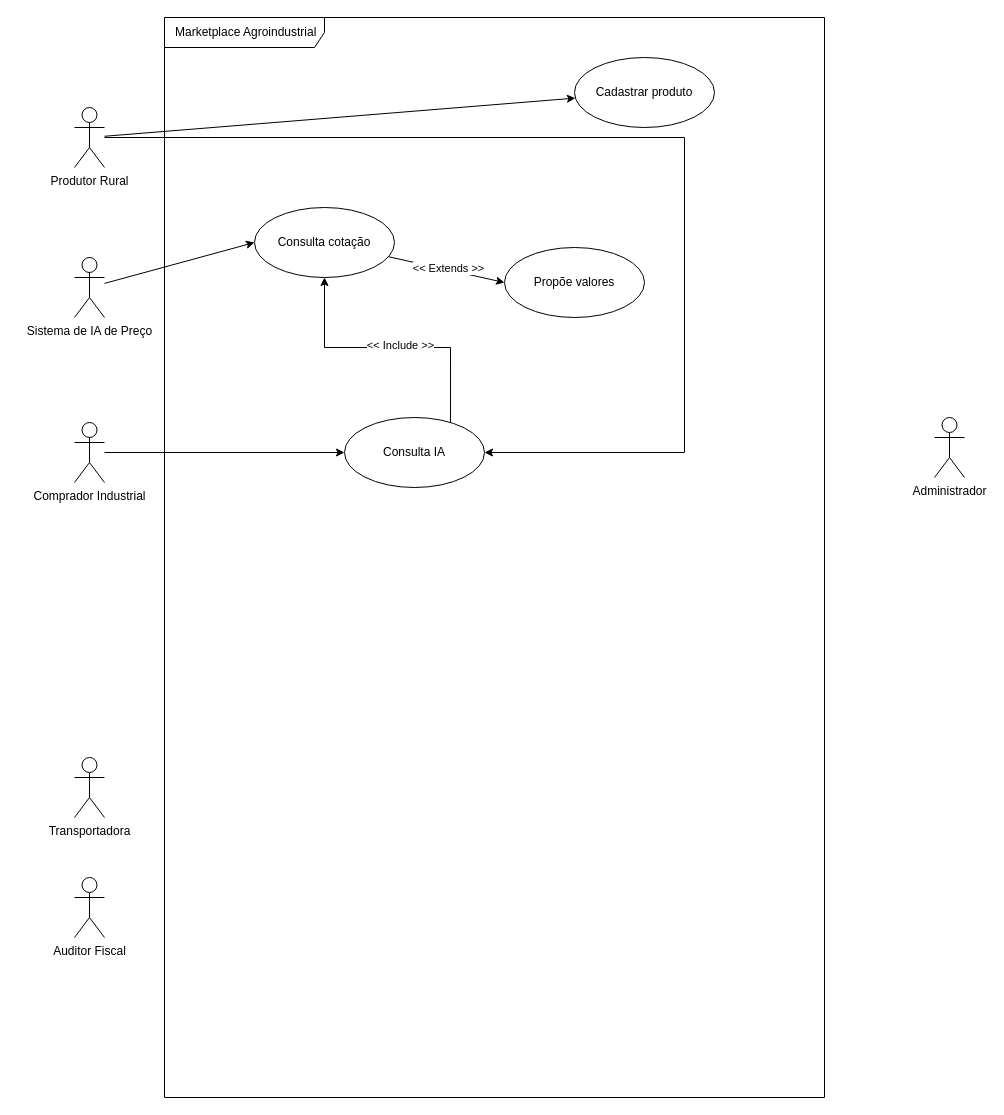
The draw.io diagram UML.drawio in JCalisso/Aulas_Faccat, before the edit. Source tidied: cells renumbered, new cells numbered last; positions are measured from the earlier drawing's top-left corner, leaving out a move shared by most shapes. Both pictures are drawn from the tidied source at 100%, with x=0, y=0 at pixel (74, 17).
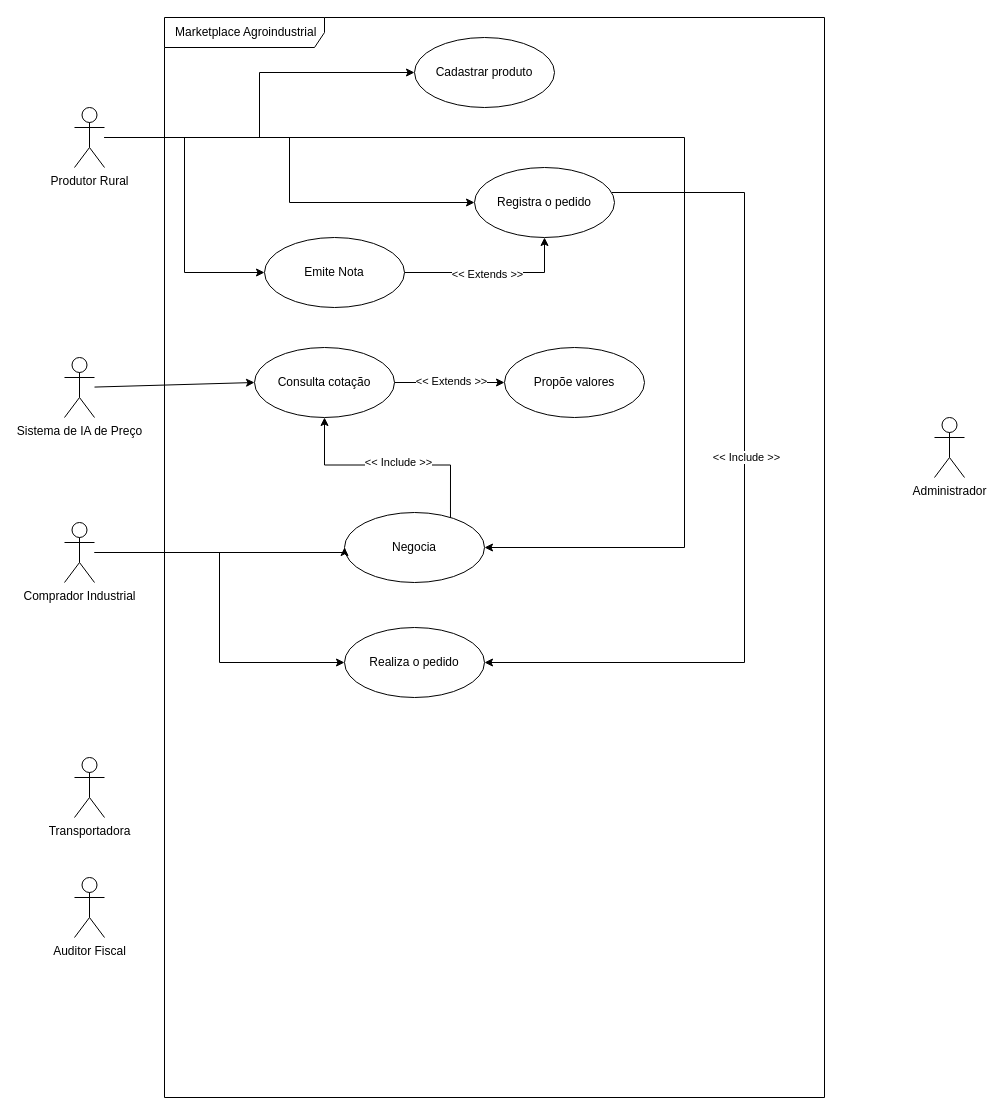
The same diagram, later.

Unchanged cells that the change refers to:
```xml
<mxCell id="2" value="&lt;div&gt;&amp;nbsp;Marketplace Agroindustrial&lt;/div&gt;" style="shape=umlFrame;whiteSpace=wrap;html=1;width=160;" parent="1" vertex="1">
  <mxGeometry x="90" width="660" height="1080" as="geometry" />
</mxCell>
<mxCell id="13" value="&lt;div&gt;Produtor Rural&lt;/div&gt;" style="shape=umlActor;verticalLabelPosition=bottom;verticalAlign=top;html=1;" parent="1" vertex="1">
  <mxGeometry y="90" width="30" height="60" as="geometry" />
</mxCell>
```

The edit, as a diff of the source:
```diff
@@
     <mxCell id="3" value="&lt;div&gt;Cadastrar produto&lt;/div&gt;" style="ellipse;whiteSpace=wrap;html=1;" parent="2" vertex="1">
-      <mxGeometry x="410" y="40" width="140" height="70" as="geometry" />
+      <mxGeometry x="250" y="20" width="140" height="70" as="geometry" />
     </mxCell>
@@
     <mxCell id="6" value="Consulta cotação" style="ellipse;whiteSpace=wrap;html=1;" parent="2" vertex="1">
-      <mxGeometry x="90" y="190" width="140" height="70" as="geometry" />
+      <mxGeometry x="90" y="330" width="140" height="70" as="geometry" />
     </mxCell>
     <mxCell id="7" value="Propõe valores" style="ellipse;whiteSpace=wrap;html=1;" parent="2" vertex="1">
-      <mxGeometry x="340" y="230" width="140" height="70" as="geometry" />
+      <mxGeometry x="340" y="330" width="140" height="70" as="geometry" />
     </mxCell>
@@
-    <mxCell id="10" value="&lt;div&gt;Consulta IA&lt;/div&gt;" style="ellipse;whiteSpace=wrap;html=1;" parent="2" vertex="1">
-      <mxGeometry x="180" y="400" width="140" height="70" as="geometry" />
+    <mxCell id="10" value="Negocia" style="ellipse;whiteSpace=wrap;html=1;" parent="2" vertex="1">
+      <mxGeometry x="180" y="495" width="140" height="70" as="geometry" />
     </mxCell>
+    <mxCell id="12" style="edgeStyle=orthogonalEdgeStyle;rounded=0;jettySize=auto;html=1;entryX=1;entryY=0.5;entryDx=0;entryDy=0;" parent="2" edge="1" source="13" target="10">
+      <mxGeometry relative="1" as="geometry">
+        <Array as="points">
+          <mxPoint x="520" y="120" />
+          <mxPoint x="520" y="530" />
+        </Array>
+      </mxGeometry>
+    </mxCell>
+    <mxCell id="21" value="&lt;div&gt;Realiza o pedido&lt;/div&gt;" style="ellipse;whiteSpace=wrap;html=1;" parent="2" vertex="1">
+      <mxGeometry x="180" y="610" width="140" height="70" as="geometry" />
+    </mxCell>
+    <mxCell id="22" style="edgeStyle=orthogonalEdgeStyle;rounded=0;jettySize=auto;html=1;entryX=1;entryY=0.5;entryDx=0;entryDy=0;" parent="2" edge="1" source="24" target="21">
+      <mxGeometry relative="1" as="geometry">
+        <Array as="points">
+          <mxPoint x="580" y="175" />
+          <mxPoint x="580" y="645" />
+        </Array>
+      </mxGeometry>
+    </mxCell>
+    <mxCell id="23" value="&amp;lt;&amp;lt; Include &amp;gt;&amp;gt;" style="edgeLabel;html=1;align=center;verticalAlign=middle;" parent="22" vertex="1">
+      <mxGeometry x="-0.08" y="1" relative="1" as="geometry" />
+    </mxCell>
+    <mxCell id="24" value="Registra o pedido" style="ellipse;whiteSpace=wrap;html=1;" parent="2" vertex="1">
+      <mxGeometry x="310" y="150" width="140" height="70" as="geometry" />
+    </mxCell>
+    <mxCell id="25" style="edgeStyle=orthogonalEdgeStyle;rounded=0;jettySize=auto;html=1;exitX=1;exitY=0.5;exitDx=0;exitDy=0;entryX=0.5;entryY=1;entryDx=0;entryDy=0;" parent="2" edge="1" source="27" target="24">
+      <mxGeometry relative="1" as="geometry" />
+    </mxCell>
+    <mxCell id="26" value="&amp;lt;&amp;lt; Extends &amp;gt;&amp;gt;" style="edgeLabel;html=1;align=center;verticalAlign=middle;" parent="25" vertex="1">
+      <mxGeometry x="-0.06" relative="1" as="geometry">
+        <mxPoint y="1" as="offset" />
+      </mxGeometry>
+    </mxCell>
+    <mxCell id="27" value="Emite Nota" style="ellipse;whiteSpace=wrap;html=1;" parent="2" vertex="1">
+      <mxGeometry x="100" y="220" width="140" height="70" as="geometry" />
+    </mxCell>
-    <mxCell id="11" style="rounded=0;jettySize=auto;html=1;" parent="1" edge="1" source="13" target="3">
-      <mxGeometry relative="1" as="geometry" />
+    <mxCell id="11" style="rounded=0;jettySize=auto;html=1;edgeStyle=orthogonalEdgeStyle;" parent="1" edge="1" source="13" target="3">
+      <mxGeometry relative="1" as="geometry">
+        <Array as="points">
+          <mxPoint x="185" y="120" />
+          <mxPoint x="185" y="55" />
+        </Array>
+      </mxGeometry>
     </mxCell>
-    <mxCell id="12" style="edgeStyle=orthogonalEdgeStyle;rounded=0;jettySize=auto;html=1;entryX=1;entryY=0.5;entryDx=0;entryDy=0;" parent="1" edge="1" source="13" target="10">
-      <mxGeometry relative="1" as="geometry">
-        <Array as="points">
-          <mxPoint x="610" y="120" />
-          <mxPoint x="610" y="435" />
-        </Array>
-      </mxGeometry>
-    </mxCell>
+    <mxCell id="28" style="edgeStyle=orthogonalEdgeStyle;rounded=0;jettySize=auto;html=1;entryX=0;entryY=0.5;entryDx=0;entryDy=0;" parent="1" edge="1" source="13" target="24">
+      <mxGeometry relative="1" as="geometry" />
+    </mxCell>
+    <mxCell id="29" style="edgeStyle=orthogonalEdgeStyle;rounded=0;jettySize=auto;html=1;entryX=0;entryY=0.5;entryDx=0;entryDy=0;" parent="1" edge="1" source="13" target="27">
+      <mxGeometry relative="1" as="geometry" />
+    </mxCell>
@@
+    <mxCell id="30" style="edgeStyle=orthogonalEdgeStyle;rounded=0;jettySize=auto;html=1;entryX=0;entryY=0.5;entryDx=0;entryDy=0;" parent="1" edge="1" source="14" target="21">
+      <mxGeometry relative="1" as="geometry" />
+    </mxCell>
     <mxCell id="14" value="&lt;div&gt;Comprador Industrial&lt;/div&gt;" style="shape=umlActor;verticalLabelPosition=bottom;verticalAlign=top;html=1;" parent="1" vertex="1">
-      <mxGeometry y="405" width="30" height="60" as="geometry" />
+      <mxGeometry x="-10" y="505" width="30" height="60" as="geometry" />
     </mxCell>
@@
     <mxCell id="18" value="&lt;div&gt;Sistema de IA de Preço&lt;/div&gt;" style="shape=umlActor;verticalLabelPosition=bottom;verticalAlign=top;html=1;" parent="1" vertex="1">
-      <mxGeometry y="240" width="30" height="60" as="geometry" />
+      <mxGeometry x="-10" y="340" width="30" height="60" as="geometry" />
     </mxCell>
@@
     <mxCell id="20" style="rounded=0;jettySize=auto;html=1;entryX=0;entryY=0.5;entryDx=0;entryDy=0;edgeStyle=orthogonalEdgeStyle;" parent="1" edge="1" source="14" target="10">
-      <mxGeometry relative="1" as="geometry" />
+      <mxGeometry relative="1" as="geometry">
+        <Array as="points">
+          <mxPoint x="270" y="535" />
+        </Array>
+      </mxGeometry>
     </mxCell>
```
